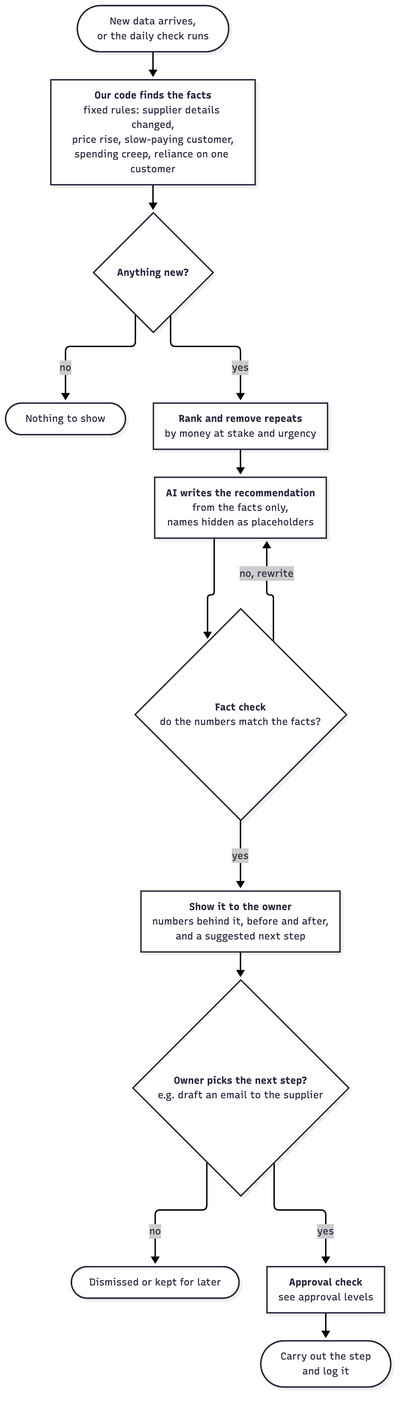
The Mermaid diagram docs/diagrams/insights-graph.png in Rayaan-office/Fintech-2026, before a commit. Its source is kept beside it as docs/diagrams/insights-graph.mmd.
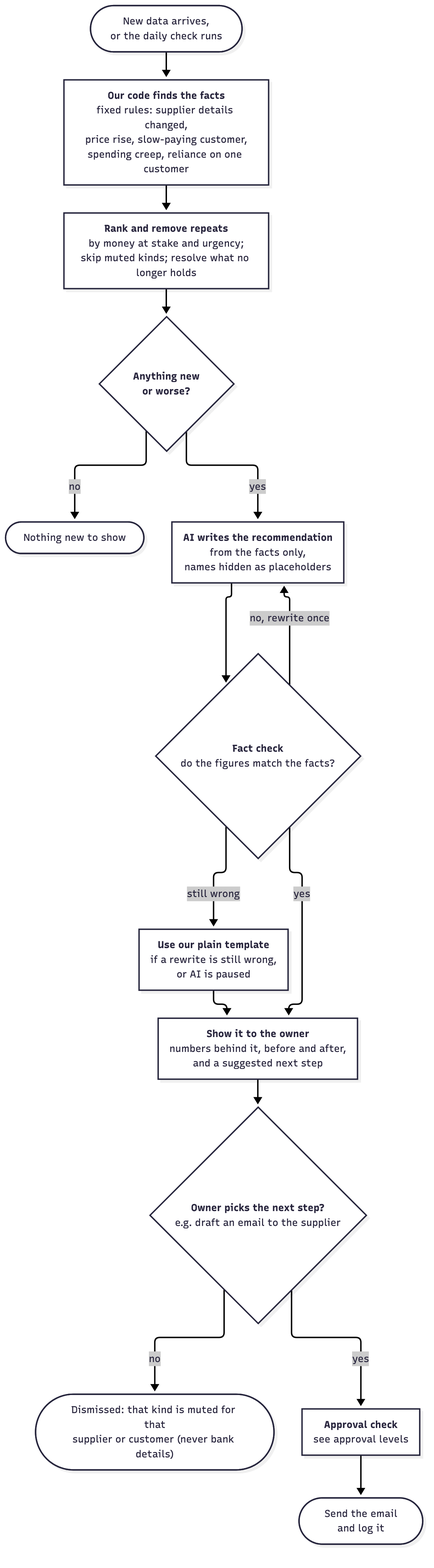
After the commit.

What changed in the source:
```diff
@@ -2,21 +2,23 @@
 flowchart TD
   T(["New data arrives,<br/>or the daily check runs"])
   F["<b>Our code finds the facts</b><br/>fixed rules: supplier details changed,<br/>price rise, slow-paying customer,<br/>spending creep, reliance on one customer"]
-  ANY{"<b>Anything new?</b>"}
-  END(["Nothing to show"])
-  R["<b>Rank and remove repeats</b><br/>by money at stake and urgency"]
+  R["<b>Rank and remove repeats</b><br/>by money at stake and urgency;<br/>skip muted kinds; resolve what no longer holds"]
+  ANY{"<b>Anything new<br/>or worse?</b>"}
+  END(["Nothing new to show"])
   W["<b>AI writes the recommendation</b><br/>from the facts only,<br/>names hidden as placeholders"]
-  V{"<b>Fact check</b><br/>do the numbers match the facts?"}
+  V{"<b>Fact check</b><br/>do the figures match the facts?"}
+  TPL["<b>Use our plain template</b><br/>if a rewrite is still wrong,<br/>or AI is paused"]
   S["<b>Show it to the owner</b><br/>numbers behind it, before and after,<br/>and a suggested next step"]
   ACT{"<b>Owner picks the next step?</b><br/>e.g. draft an email to the supplier"}
-  DIS(["Dismissed or kept for later"])
+  DIS(["Dismissed: that kind is muted for that<br/>supplier or customer (never bank details)"])
   G["<b>Approval check</b><br/>see approval levels"]
-  DO(["Carry out the step<br/>and log it"])
+  DO(["Send the email<br/>and log it"])
 
-  T --> F --> ANY
+  T --> F --> R --> ANY
   ANY -- "no" --> END
-  ANY -- "yes" --> R --> W --> V
-  V -- "no, rewrite" --> W
+  ANY -- "yes" --> W --> V
+  V -- "no, rewrite once" --> W
+  V -- "still wrong" --> TPL --> S
   V -- "yes" --> S --> ACT
   ACT -- "no" --> DIS
   ACT -- "yes" --> G --> DO
```
